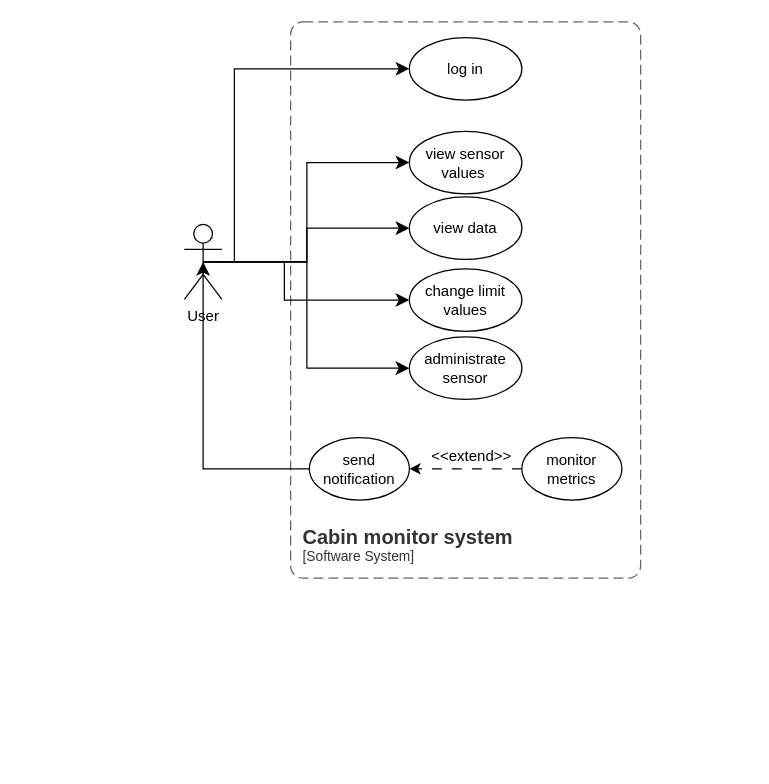
Sergiu-Sturza/Assignment-1-Model-first-AI-second keeps this draw.io diagram as project/diagrams/input/usecase.drawio. Above is the earlier version. Source tidied: cells renumbered, new cells numbered last; positions are measured from the earlier drawing's top-left corner, leaving out a move shared by most shapes. Both pictures are drawn from the tidied source at 125%, with x=0, y=0 at pixel (184, 21).
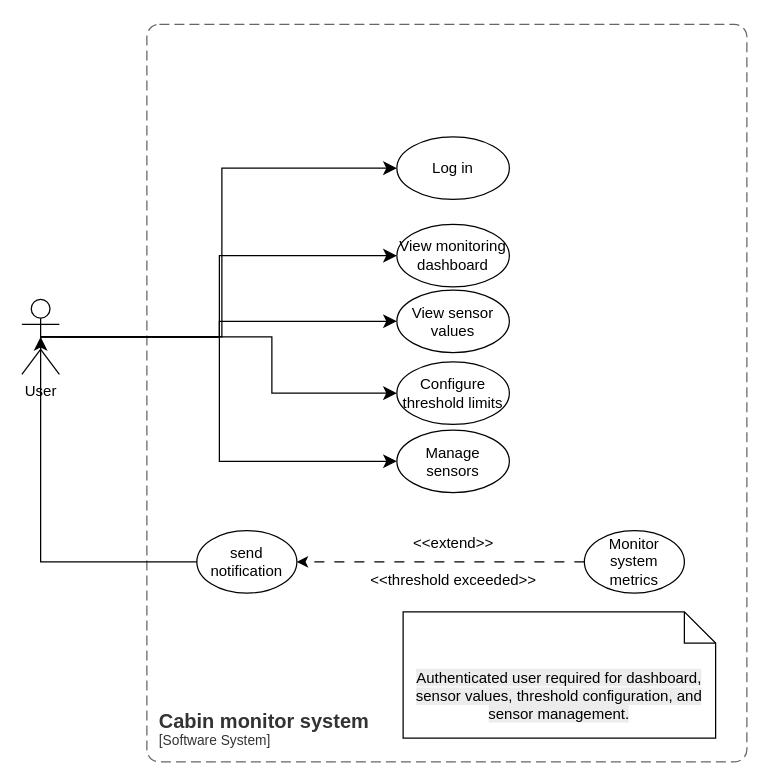
After the change.

Commit message:
update usecase diagram

The edit, as a diff of the source:
```diff
@@
     <mxCell id="2" value="User" style="shape=umlActor;verticalLabelPosition=bottom;verticalAlign=top;html=1;outlineConnect=0;" parent="1" vertex="1">
-      <mxGeometry y="162" width="30" height="60" as="geometry" />
+      <mxGeometry x="-130" y="222" width="30" height="60" as="geometry" />
     </mxCell>
     <object id="3" label="&lt;font style=&quot;font-size: 16px&quot;&gt;&lt;b&gt;&lt;div style=&quot;text-align: left&quot;&gt;%c4Name%&lt;/div&gt;&lt;/b&gt;&lt;/font&gt;&lt;div style=&quot;text-align: left&quot;&gt;[%c4Application%]&lt;/div&gt;" c4Application="Software System" c4Name="Cabin monitor system" placeholders="1">
       <mxCell style="rounded=1;fontSize=11;whiteSpace=wrap;html=1;dashed=1;arcSize=20;fillColor=none;strokeColor=#666666;fontColor=#333333;labelBackgroundColor=none;align=left;verticalAlign=bottom;labelBorderColor=none;spacingTop=0;spacing=10;dashPattern=8 4;perimeter=rectanglePerimeter;noLabel=0;labelPadding=0;absoluteArcSize=1;" parent="1" vertex="1">
-        <mxGeometry x="85" width="280" height="445" as="geometry" />
+        <mxGeometry x="-30" y="2" width="480" height="590" as="geometry" />
       </mxCell>
     </object>
-    <mxCell id="4" value="log in" style="ellipse;whiteSpace=wrap;html=1;" parent="1" vertex="1">
-      <mxGeometry x="180" y="12.5" width="90" height="50" as="geometry" />
+    <mxCell id="4" value="Log in" style="ellipse;whiteSpace=wrap;html=1;" parent="1" vertex="1">
+      <mxGeometry x="170" y="92" width="90" height="50" as="geometry" />
     </mxCell>
-    <mxCell id="5" value="administrate sensor" style="ellipse;whiteSpace=wrap;html=1;" parent="1" vertex="1">
-      <mxGeometry x="180" y="252" width="90" height="50" as="geometry" />
+    <mxCell id="5" value="Manage sensors" style="ellipse;whiteSpace=wrap;html=1;" parent="1" vertex="1">
+      <mxGeometry x="170" y="326.5" width="90" height="50" as="geometry" />
     </mxCell>
-    <mxCell id="6" value="view data" style="ellipse;whiteSpace=wrap;html=1;" parent="1" vertex="1">
-      <mxGeometry x="180" y="140" width="90" height="50" as="geometry" />
+    <mxCell id="6" value="View sensor values" style="ellipse;whiteSpace=wrap;html=1;" parent="1" vertex="1">
+      <mxGeometry x="170" y="214.5" width="90" height="50" as="geometry" />
     </mxCell>
-    <mxCell id="7" value="view sensor values&amp;nbsp;" style="ellipse;whiteSpace=wrap;html=1;" parent="1" vertex="1">
-      <mxGeometry x="180" y="87.5" width="90" height="50" as="geometry" />
+    <mxCell id="7" value="View monitoring dashboard" style="ellipse;whiteSpace=wrap;html=1;" parent="1" vertex="1">
+      <mxGeometry x="170" y="162" width="90" height="50" as="geometry" />
     </mxCell>
-    <mxCell id="8" value="change limit values" style="ellipse;whiteSpace=wrap;html=1;" parent="1" vertex="1">
-      <mxGeometry x="180" y="197.5" width="90" height="50" as="geometry" />
+    <mxCell id="8" value="Configure threshold limits" style="ellipse;whiteSpace=wrap;html=1;" parent="1" vertex="1">
+      <mxGeometry x="170" y="272" width="90" height="50" as="geometry" />
     </mxCell>
@@
-    <mxCell id="10" value="monitor metrics" style="ellipse;whiteSpace=wrap;html=1;" parent="1" vertex="1">
-      <mxGeometry x="270" y="332.5" width="80" height="50" as="geometry" />
+    <mxCell id="10" value="Monitor system metrics" style="ellipse;whiteSpace=wrap;html=1;" parent="1" vertex="1">
+      <mxGeometry x="320" y="407" width="80" height="50" as="geometry" />
     </mxCell>
     <mxCell id="11" value="send notification" style="ellipse;whiteSpace=wrap;html=1;" parent="1" vertex="1">
-      <mxGeometry x="100" y="332.5" width="80" height="50" as="geometry" />
+      <mxGeometry x="10" y="407" width="80" height="50" as="geometry" />
     </mxCell>
-    <mxCell id="12" value="&amp;lt;&amp;lt;extend&amp;gt;&amp;gt;" style="text;html=1;whiteSpace=wrap;strokeColor=none;fillColor=none;align=center;verticalAlign=middle;rounded=0;" parent="1" vertex="1">
-      <mxGeometry x="200" y="332.5" width="60" height="30" as="geometry" />
+    <mxCell id="12" value="&amp;lt;&amp;lt;threshold exceeded&amp;gt;&amp;gt;" style="text;html=1;whiteSpace=wrap;strokeColor=none;fillColor=none;align=center;verticalAlign=middle;rounded=0;" parent="1" vertex="1">
+      <mxGeometry x="125.5" y="432" width="179" height="30" as="geometry" />
     </mxCell>
@@
     <mxCell id="14" style="edgeStyle=elbowEdgeStyle;elbow=horizontal;endArrow=classic;html=1;curved=0;rounded=0;endSize=8;startSize=8;exitX=0.5;exitY=0.5;exitDx=0;exitDy=0;exitPerimeter=0;entryX=0;entryY=0.5;entryDx=0;entryDy=0;" parent="1" edge="1" source="2" target="8">
       <mxGeometry relative="1" as="geometry">
         <Array as="points">
-          <mxPoint x="80" y="242" />
+          <mxPoint x="70" y="316.5" />
         </Array>
       </mxGeometry>
     </mxCell>
@@
     <mxCell id="18" style="edgeStyle=elbowEdgeStyle;elbow=horizontal;endArrow=classic;html=1;curved=0;rounded=0;endSize=8;startSize=8;entryX=0;entryY=0.5;entryDx=0;entryDy=0;" parent="1" edge="1" source="2" target="4">
-      <mxGeometry relative="1" as="geometry">
+      <mxGeometry x="-0.01" relative="1" as="geometry">
         <Array as="points">
-          <mxPoint x="40" y="122" />
+          <mxPoint x="30" y="196.5" />
         </Array>
       </mxGeometry>
     </mxCell>
+    <mxCell id="19" value="&#10;&lt;span style=&quot;color: rgb(0, 0, 0); font-family: Helvetica; font-size: 12px; font-style: normal; font-variant-ligatures: normal; font-variant-caps: normal; font-weight: 400; letter-spacing: normal; orphans: 2; text-align: left; text-indent: 0px; text-transform: none; widows: 2; word-spacing: 0px; -webkit-text-stroke-width: 0px; white-space: normal; background-color: rgb(236, 236, 236); text-decoration-thickness: initial; text-decoration-style: initial; text-decoration-color: initial; display: inline !important; float: none;&quot;&gt;Authenticated user required for dashboard, sensor values, threshold configuration, and sensor management.&lt;/span&gt;&#10;&#10;" style="shape=note2;boundedLbl=1;whiteSpace=wrap;html=1;size=25;verticalAlign=top;align=center;" parent="1" vertex="1">
+      <mxGeometry x="175" y="472" width="250" height="101" as="geometry" />
+    </mxCell>
+    <mxCell id="20" value="&amp;lt;&amp;lt;extend&amp;gt;&amp;gt;" style="text;html=1;whiteSpace=wrap;strokeColor=none;fillColor=none;align=center;verticalAlign=middle;rounded=0;" parent="1" vertex="1">
+      <mxGeometry x="125.5" y="402" width="179" height="30" as="geometry" />
+    </mxCell>
```
